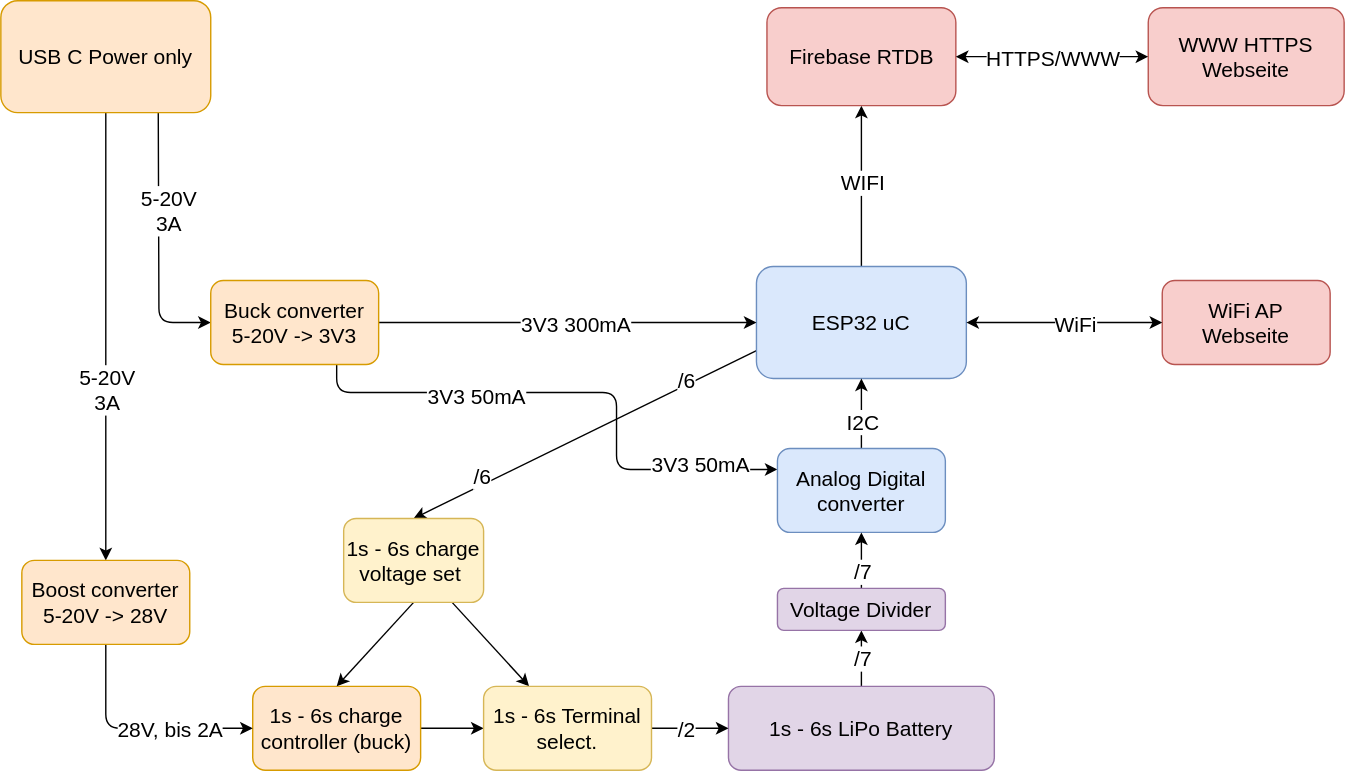
This is Hardware/img/blockschaltbildV1.svg from Marek128b/BatteryMagic_monitor, a draw.io export, as it was before one commit. Source tidied: cells renumbered, new cells last; positions are measured from the earlier drawing's top-left corner, leaving out a move shared by most shapes.
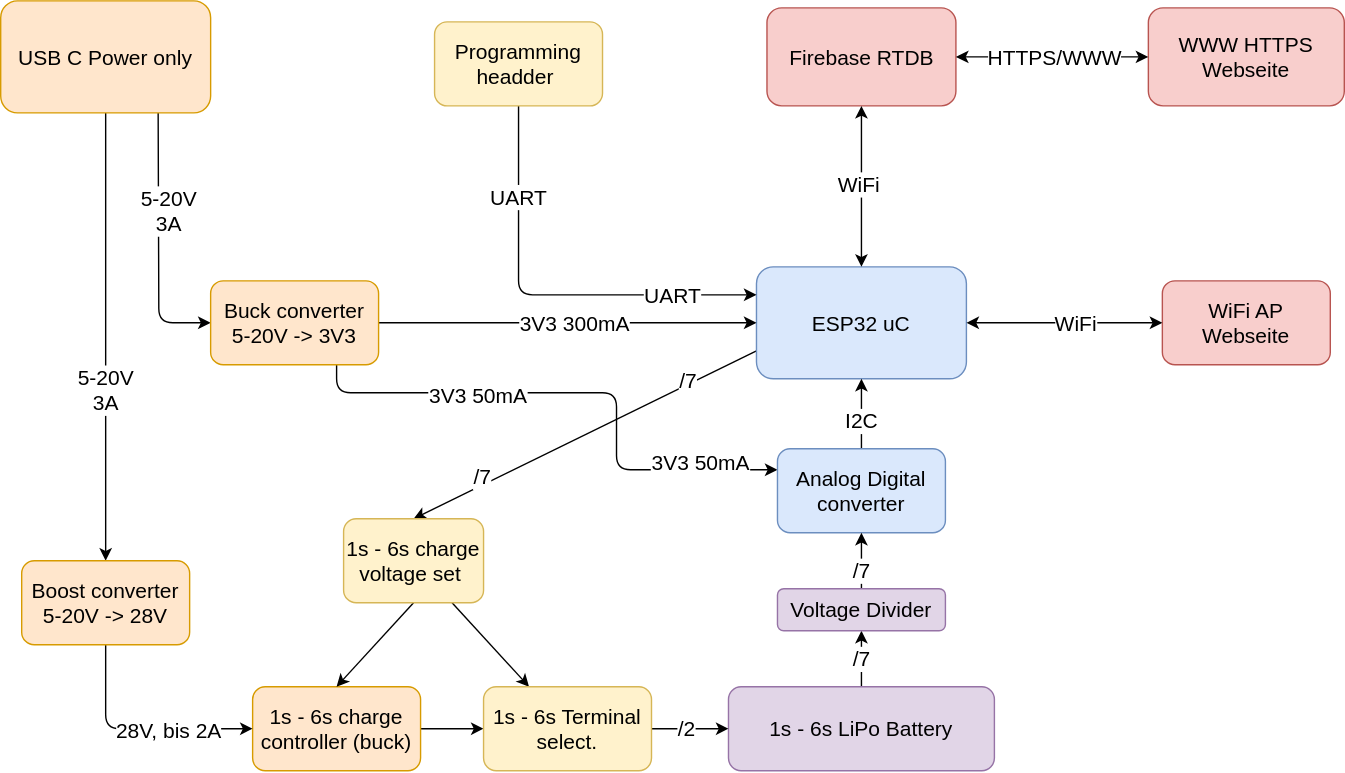
After the change.

Commit message:
added programming header with uart

Diff of the diagram source:
```diff
@@ -29,25 +29,17 @@
     <mxCell id="6" value="&lt;font style=&quot;font-size: 15px;&quot;&gt;USB C Power only&lt;/font&gt;" style="rounded=1;whiteSpace=wrap;html=1;fillColor=#ffe6cc;strokeColor=#d79b00;" parent="1" vertex="1">
       <mxGeometry width="150" height="80" as="geometry" />
     </mxCell>
-    <mxCell id="7" style="edgeStyle=none;html=1;exitX=0.5;exitY=0;exitDx=0;exitDy=0;fontSize=15;" parent="1" edge="1" source="12" target="33">
-      <mxGeometry relative="1" as="geometry" />
-    </mxCell>
-    <mxCell id="8" value="WIFI" style="edgeLabel;html=1;align=center;verticalAlign=middle;fontSize=15;" parent="7" vertex="1">
-      <mxGeometry x="0.21" y="-1" relative="1" as="geometry">
-        <mxPoint x="-1" y="9" as="offset" />
-      </mxGeometry>
-    </mxCell>
     <mxCell id="9" style="edgeStyle=none;html=1;exitX=0;exitY=0.75;exitDx=0;exitDy=0;entryX=0.5;entryY=0;entryDx=0;entryDy=0;fontSize=15;" parent="1" edge="1" source="12" target="40">
       <mxGeometry relative="1" as="geometry" />
     </mxCell>
-    <mxCell id="10" value="/6" style="edgeLabel;html=1;align=center;verticalAlign=middle;fontSize=15;" parent="9" vertex="1">
+    <mxCell id="10" value="/7" style="edgeLabel;html=1;align=center;verticalAlign=middle;fontSize=15;" parent="9" vertex="1">
       <mxGeometry x="-0.5" y="-1" relative="1" as="geometry">
-        <mxPoint x="11" y="-9" as="offset" />
+        <mxPoint x="12" y="-9" as="offset" />
       </mxGeometry>
     </mxCell>
-    <mxCell id="11" value="/6" style="edgeLabel;html=1;align=center;verticalAlign=middle;fontSize=15;" parent="9" vertex="1">
+    <mxCell id="11" value="/7" style="edgeLabel;html=1;align=center;verticalAlign=middle;fontSize=15;" parent="9" vertex="1">
       <mxGeometry x="0.67" relative="1" as="geometry">
-        <mxPoint x="7" y="-10" as="offset" />
+        <mxPoint x="8" y="-10" as="offset" />
       </mxGeometry>
     </mxCell>
     <mxCell id="12" value="ESP32 uC" style="rounded=1;whiteSpace=wrap;html=1;fontSize=15;fillColor=#dae8fc;strokeColor=#6c8ebf;" parent="1" vertex="1">
@@ -180,5 +172,33 @@
     <mxCell id="45" value="1s - 6s Terminal select." style="whiteSpace=wrap;html=1;fontSize=15;fillColor=#fff2cc;strokeColor=#d6b656;rounded=1;" parent="1" vertex="1">
       <mxGeometry x="345" y="490" width="120" height="60" as="geometry" />
     </mxCell>
+    <mxCell id="46" style="edgeStyle=none;html=1;exitX=0.5;exitY=1;exitDx=0;exitDy=0;entryX=0;entryY=0.25;entryDx=0;entryDy=0;fontSize=15;" parent="1" edge="1" source="49" target="12">
+      <mxGeometry relative="1" as="geometry">
+        <Array as="points">
+          <mxPoint x="370" y="210" />
+        </Array>
+      </mxGeometry>
+    </mxCell>
+    <mxCell id="47" value="UART&amp;nbsp;" style="edgeLabel;html=1;align=center;verticalAlign=middle;fontSize=15;" parent="46" vertex="1">
+      <mxGeometry x="-0.69" y="2" relative="1" as="geometry">
+        <mxPoint y="18" as="offset" />
+      </mxGeometry>
+    </mxCell>
+    <mxCell id="48" value="UART" style="edgeLabel;html=1;align=center;verticalAlign=middle;fontSize=15;" parent="46" vertex="1">
+      <mxGeometry x="0.3" y="5" relative="1" as="geometry">
+        <mxPoint x="47" y="5" as="offset" />
+      </mxGeometry>
+    </mxCell>
+    <mxCell id="49" value="Programming headder&amp;nbsp;" style="rounded=1;whiteSpace=wrap;html=1;fontSize=15;fillColor=#fff2cc;strokeColor=#d6b656;" parent="1" vertex="1">
+      <mxGeometry x="310" y="15" width="120" height="60" as="geometry" />
+    </mxCell>
+    <mxCell id="50" style="endArrow=classic;startArrow=classic;html=1;fontSize=15;exitX=0.5;exitY=1;exitDx=0;exitDy=0;entryX=0.5;entryY=0;entryDx=0;entryDy=0;" parent="1" edge="1" source="33" target="12">
+      <mxGeometry relative="1" as="geometry" />
+    </mxCell>
+    <mxCell id="51" value="WiFi" style="edgeLabel;html=1;align=center;verticalAlign=middle;fontSize=15;" parent="50" vertex="1">
+      <mxGeometry x="-0.24" y="-2" relative="1" as="geometry">
+        <mxPoint y="11" as="offset" />
+      </mxGeometry>
+    </mxCell>
   </root>
 </mxGraphModel>
```
